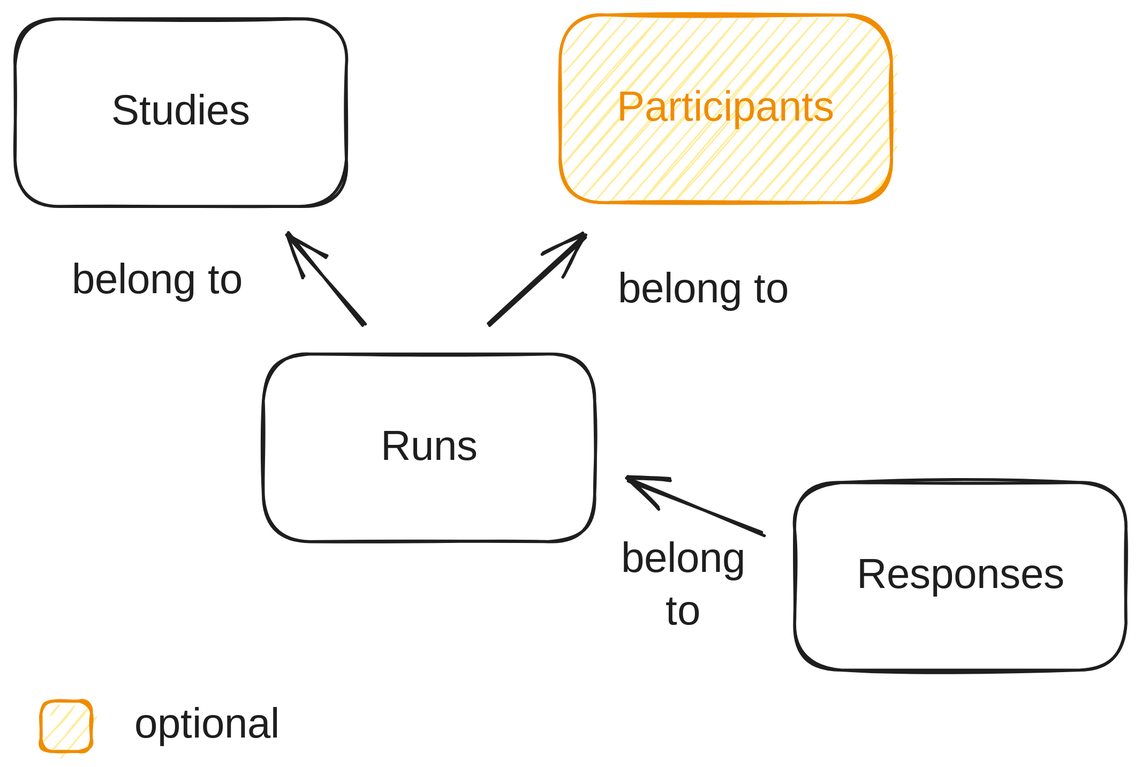
world-wide-lab/world-wide-lab keeps this Excalidraw diagram as docs/img/diagrams/data-model.excalidraw.svg. Above is the earlier version. Source tidied: one line per element, renumbered; positions are measured from the earlier drawing's top-left corner, leaving out a move shared by most shapes. The source it was exported from:
```json
{"id": 0, "type": "rectangle", "strokeColor": "#1e1e1e", "strokeWidth": 2, "roughness": 1, "round": true, "x": 0, "y": 3, "width": 221, "height": 125}
{"id": 1, "type": "text", "text": "Studies", "strokeColor": "#1e1e1e", "strokeWidth": 2, "roughness": 1, "fontSize": 28, "fontFamily": 1, "textAlign": "center", "verticalAlign": "middle", "inside": 0, "x": 60, "y": 48, "width": 101, "height": 35}
{"id": 2, "type": "rectangle", "strokeColor": "#f08c00", "backgroundColor": "#ffec99", "fillStyle": "hachure", "strokeWidth": 2, "roughness": 1, "round": true, "x": 364, "y": 0, "width": 221, "height": 125}
{"id": 3, "type": "text", "text": "Participants", "strokeColor": "#f08c00", "strokeWidth": 2, "roughness": 1, "fontSize": 28, "fontFamily": 1, "textAlign": "center", "verticalAlign": "middle", "inside": 2, "x": 390, "y": 45, "width": 168, "height": 35}
{"id": 4, "type": "rectangle", "strokeColor": "#1e1e1e", "strokeWidth": 2, "roughness": 1, "round": true, "x": 166, "y": 226, "width": 221, "height": 125}
{"id": 5, "type": "text", "text": "Runs", "strokeColor": "#1e1e1e", "strokeWidth": 2, "roughness": 1, "fontSize": 28, "fontFamily": 1, "textAlign": "center", "verticalAlign": "middle", "inside": 4, "x": 245, "y": 271, "width": 63, "height": 35}
{"id": 6, "type": "rectangle", "strokeColor": "#1e1e1e", "strokeWidth": 2, "roughness": 1, "round": true, "x": 520, "y": 311, "width": 221, "height": 125}
{"id": 7, "type": "text", "text": "Responses", "strokeColor": "#1e1e1e", "strokeWidth": 2, "roughness": 1, "fontSize": 28, "fontFamily": 1, "textAlign": "center", "verticalAlign": "middle", "inside": 6, "x": 562, "y": 356, "width": 138, "height": 35}
{"id": 8, "type": "arrow", "strokeColor": "#1e1e1e", "strokeWidth": 2, "roughness": 1, "endArrowhead": "arrow", "round": true, "from": 4, "to": 0, "x": 233, "y": 206, "width": 50, "height": 61, "points": [[0, 0], [-50, -61]]}
{"id": 9, "type": "arrow", "strokeColor": "#1e1e1e", "strokeWidth": 2, "roughness": 1, "endArrowhead": "arrow", "round": true, "from": 4, "to": 2, "x": 315, "y": 207, "width": 64, "height": 60, "points": [[0, 0], [64, -60]]}
{"id": 10, "type": "arrow", "strokeColor": "#1e1e1e", "strokeWidth": 2, "roughness": 1, "endArrowhead": "arrow", "round": true, "from": 6, "to": 4, "x": 499, "y": 345, "width": 89, "height": 35, "points": [[0, 0], [-89, -35]]}
{"id": 11, "type": "text", "text": "belong\nto", "strokeColor": "#1e1e1e", "strokeWidth": 2, "roughness": 1, "fontSize": 28, "fontFamily": 1, "textAlign": "center", "x": 406, "y": 346, "width": 80, "height": 70}
{"id": 12, "type": "text", "text": "belong to", "strokeColor": "#1e1e1e", "strokeWidth": 2, "roughness": 1, "fontSize": 28, "fontFamily": 1, "textAlign": "center", "x": 32, "y": 160, "width": 125, "height": 35}
{"id": 13, "type": "text", "text": "belong to", "strokeColor": "#1e1e1e", "strokeWidth": 2, "roughness": 1, "fontSize": 28, "fontFamily": 1, "textAlign": "center", "x": 397, "y": 166, "width": 125, "height": 35}
{"id": 14, "type": "rectangle", "strokeColor": "#f08c00", "backgroundColor": "#ffec99", "fillStyle": "hachure", "strokeWidth": 2, "roughness": 1, "round": true, "x": 17, "y": 457, "width": 34, "height": 34}
{"id": 15, "type": "text", "text": "optional", "strokeColor": "#1e1e1e", "backgroundColor": "#ffec99", "fillStyle": "hachure", "strokeWidth": 2, "roughness": 1, "fontSize": 28, "fontFamily": 1, "textAlign": "center", "x": 75, "y": 456, "width": 106, "height": 35}
```
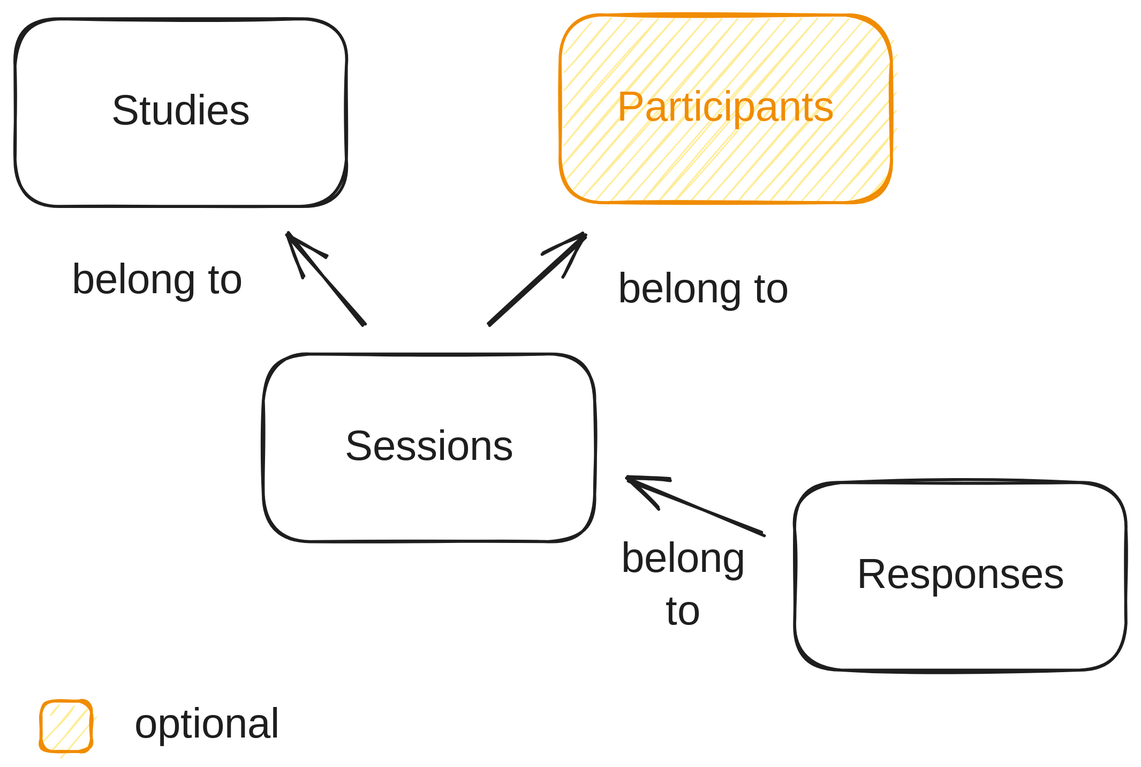
After the commit.

Diff of the diagram source:
```diff
@@ -3,7 +3,7 @@
 {"id": 2, "type": "rectangle", "strokeColor": "#f08c00", "backgroundColor": "#ffec99", "fillStyle": "hachure", "strokeWidth": 2, "roughness": 1, "round": true, "x": 364, "y": 0, "width": 221, "height": 125}
 {"id": 3, "type": "text", "text": "Participants", "strokeColor": "#f08c00", "strokeWidth": 2, "roughness": 1, "fontSize": 28, "fontFamily": 1, "textAlign": "center", "verticalAlign": "middle", "inside": 2, "x": 390, "y": 45, "width": 168, "height": 35}
 {"id": 4, "type": "rectangle", "strokeColor": "#1e1e1e", "strokeWidth": 2, "roughness": 1, "round": true, "x": 166, "y": 226, "width": 221, "height": 125}
-{"id": 5, "type": "text", "text": "Runs", "strokeColor": "#1e1e1e", "strokeWidth": 2, "roughness": 1, "fontSize": 28, "fontFamily": 1, "textAlign": "center", "verticalAlign": "middle", "inside": 4, "x": 245, "y": 271, "width": 63, "height": 35}
+{"id": 5, "type": "text", "text": "Sessions", "strokeColor": "#1e1e1e", "strokeWidth": 2, "roughness": 1, "fontSize": 28, "fontFamily": 1, "textAlign": "center", "verticalAlign": "middle", "inside": 4, "x": 220, "y": 271, "width": 113, "height": 35}
 {"id": 6, "type": "rectangle", "strokeColor": "#1e1e1e", "strokeWidth": 2, "roughness": 1, "round": true, "x": 520, "y": 311, "width": 221, "height": 125}
 {"id": 7, "type": "text", "text": "Responses", "strokeColor": "#1e1e1e", "strokeWidth": 2, "roughness": 1, "fontSize": 28, "fontFamily": 1, "textAlign": "center", "verticalAlign": "middle", "inside": 6, "x": 562, "y": 356, "width": 138, "height": 35}
 {"id": 8, "type": "arrow", "strokeColor": "#1e1e1e", "strokeWidth": 2, "roughness": 1, "endArrowhead": "arrow", "round": true, "from": 4, "to": 0, "x": 233, "y": 206, "width": 50, "height": 61, "points": [[0, 0], [-50, -61]]}
```
